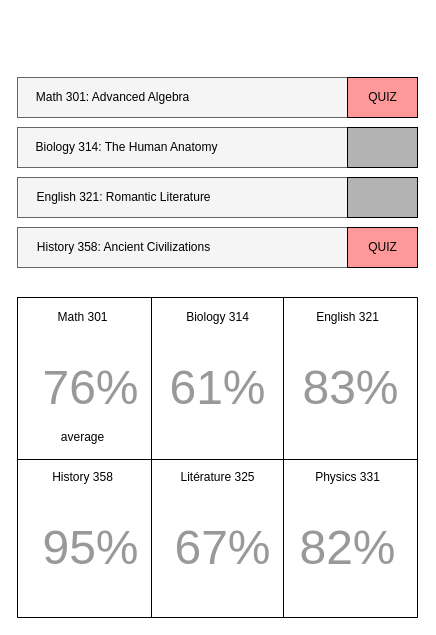
Earlier version of the draw.io diagram page "studentMain" (2 of 5) of Untitled Diagram.drawio (Yousef-Emadi/ZOE-Website). Source tidied: cells renumbered, new cells numbered last; positions are measured from the earlier drawing's top-left corner, leaving out a move shared by most shapes. Both pictures are drawn from the tidied source at 100%, with x=0, y=0 at pixel (17, 77).
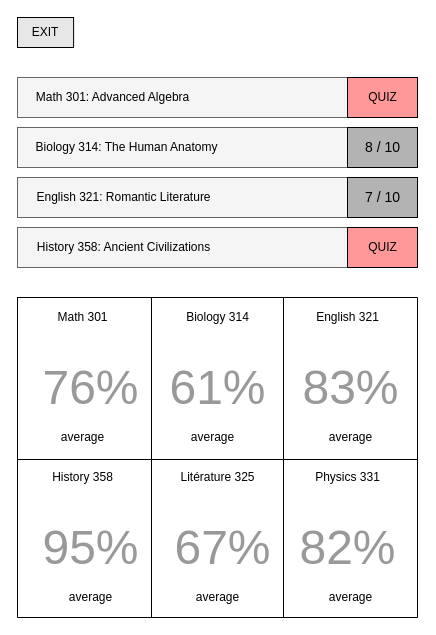
The same page after the edit.

Diff of the diagram source:
```diff
@@
+    <mxCell id="39" value="8 / 10" style="text;html=1;align=center;verticalAlign=middle;fontSize=14;" parent="1" vertex="1">
+      <mxGeometry x="340" y="60" width="50" height="20" as="geometry" />
+    </mxCell>
+    <mxCell id="40" value="7 / 10" style="text;html=1;align=center;verticalAlign=middle;fontSize=14;" parent="1" vertex="1">
+      <mxGeometry x="340" y="110" width="50" height="20" as="geometry" />
+    </mxCell>
+    <mxCell id="41" value="average" style="text;html=1;align=center;verticalAlign=middle;" parent="1" vertex="1">
+      <mxGeometry x="165" y="350" width="60" height="20" as="geometry" />
+    </mxCell>
+    <mxCell id="42" value="average" style="text;html=1;align=center;verticalAlign=middle;" parent="1" vertex="1">
+      <mxGeometry x="303" y="350" width="60" height="20" as="geometry" />
+    </mxCell>
+    <mxCell id="43" value="average" style="text;html=1;align=center;verticalAlign=middle;" parent="1" vertex="1">
+      <mxGeometry x="43" y="510" width="60" height="20" as="geometry" />
+    </mxCell>
+    <mxCell id="44" value="average" style="text;html=1;align=center;verticalAlign=middle;" parent="1" vertex="1">
+      <mxGeometry x="170" y="510" width="60" height="20" as="geometry" />
+    </mxCell>
+    <mxCell id="45" value="average" style="text;html=1;align=center;verticalAlign=middle;" parent="1" vertex="1">
+      <mxGeometry x="303" y="510" width="60" height="20" as="geometry" />
+    </mxCell>
+    <mxCell id="46" value="&lt;font color=&quot;#000000&quot; style=&quot;font-size: 12px&quot;&gt;&lt;span style=&quot;font-size: 12px&quot;&gt;EXIT&lt;/span&gt;&lt;/font&gt;" style="rounded=0;whiteSpace=wrap;html=1;fontSize=12;fontColor=#999999;fillColor=#E6E6E6;" parent="1" vertex="1">
+      <mxGeometry y="-60" width="56.1" height="30" as="geometry" />
+    </mxCell>
```
